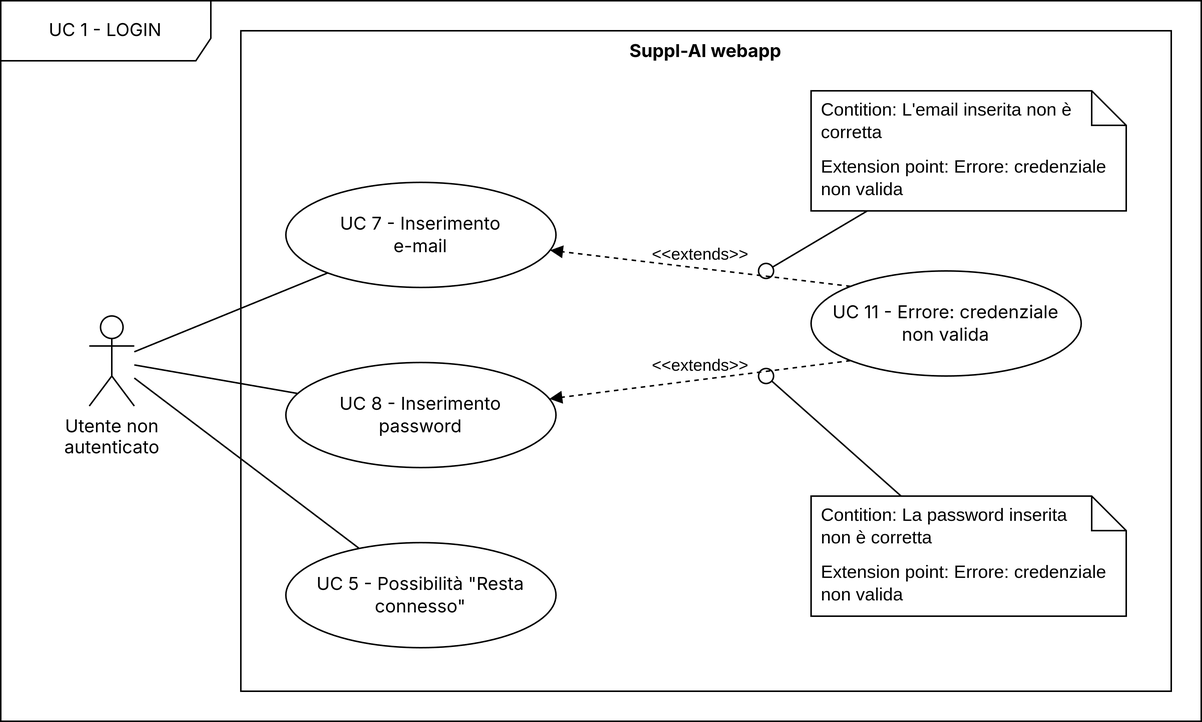
CodeHex16/documentazione keeps this draw.io diagram as 3 - PB/imgs/uc1.png. Above is the earlier version. Source tidied: cells renumbered, new cells last; positions are measured from the earlier drawing's top-left corner, leaving out a move shared by most shapes.
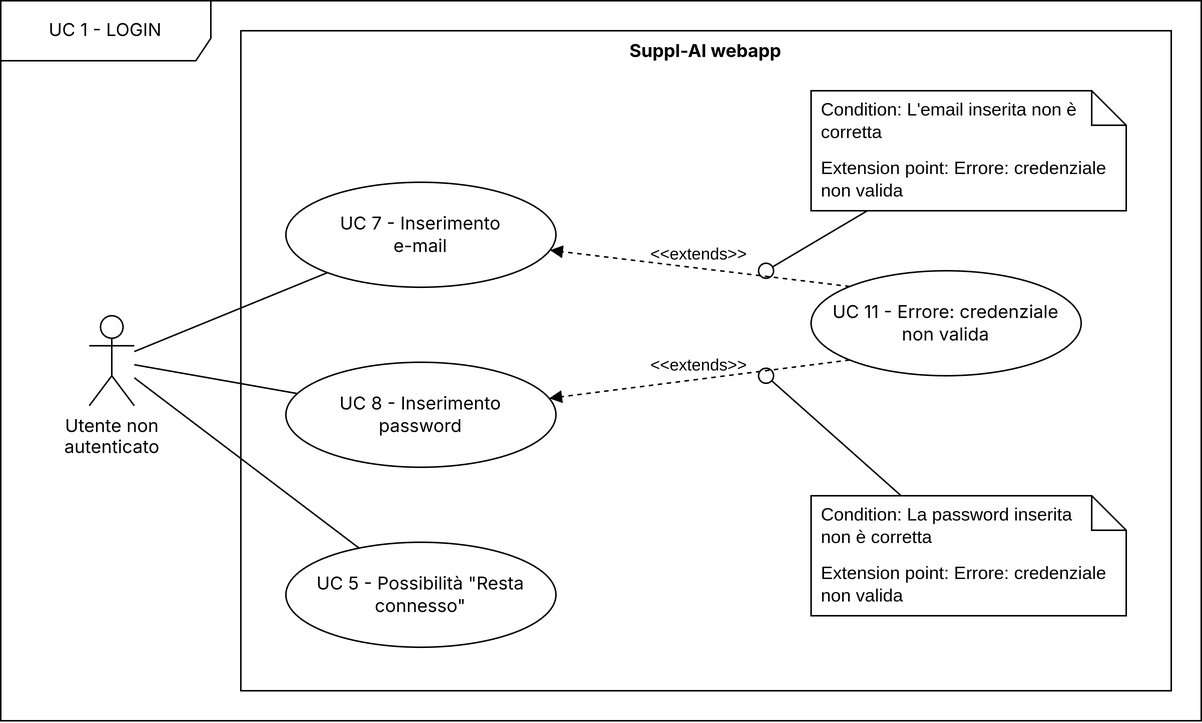
After the change.

What changed in the source:
```diff
@@ -34,7 +34,7 @@
     <mxCell id="11" value="&lt;div&gt;&lt;br&gt;&lt;/div&gt;Extension point: Errore: credenziale non valida" style="shape=note2;boundedLbl=1;whiteSpace=wrap;html=1;size=23;verticalAlign=top;align=left;spacingLeft=5;" parent="1" vertex="1">
       <mxGeometry x="540" y="60" width="210" height="80" as="geometry" />
     </mxCell>
-    <mxCell id="12" value="&lt;span style=&quot;text-align: center;&quot;&gt;Contition: L'email inserita non è corretta&lt;/span&gt;" style="strokeColor=none;fillColor=none;align=left;spacingLeft=5;whiteSpace=wrap;html=1;" parent="11" vertex="1">
+    <mxCell id="12" value="&lt;span style=&quot;text-align: center;&quot;&gt;Condition: L'email inserita non è corretta&lt;/span&gt;" style="strokeColor=none;fillColor=none;align=left;spacingLeft=5;whiteSpace=wrap;html=1;" parent="11" vertex="1">
       <mxGeometry width="210" height="40" relative="1" as="geometry" />
     </mxCell>
     <mxCell id="13" style="edgeStyle=orthogonalEdgeStyle;rounded=0;orthogonalLoop=1;jettySize=auto;html=1;exitX=0.5;exitY=1;exitDx=0;exitDy=0;" parent="11" edge="1" source="12" target="12">
@@ -55,7 +55,7 @@
     <mxCell id="18" value="&lt;div&gt;&lt;br&gt;&lt;/div&gt;Extension point: Errore: credenziale non valida" style="shape=note2;boundedLbl=1;whiteSpace=wrap;html=1;size=23;verticalAlign=top;align=left;spacingLeft=5;" parent="1" vertex="1">
       <mxGeometry x="540" y="330" width="210" height="80" as="geometry" />
     </mxCell>
-    <mxCell id="19" value="&lt;span style=&quot;text-align: center;&quot;&gt;Contition: La password inserita &lt;br&gt;non è corretta&lt;/span&gt;" style="strokeColor=none;fillColor=none;align=left;spacingLeft=5;whiteSpace=wrap;html=1;" parent="18" vertex="1">
+    <mxCell id="19" value="&lt;span style=&quot;text-align: center;&quot;&gt;Condition&lt;/span&gt;&lt;span style=&quot;text-align: center;&quot;&gt;: La password inserita &lt;br&gt;non è corretta&lt;/span&gt;" style="strokeColor=none;fillColor=none;align=left;spacingLeft=5;whiteSpace=wrap;html=1;" parent="18" vertex="1">
       <mxGeometry width="210" height="40" relative="1" as="geometry" />
     </mxCell>
     <mxCell id="20" style="edgeStyle=orthogonalEdgeStyle;rounded=0;orthogonalLoop=1;jettySize=auto;html=1;exitX=0.5;exitY=1;exitDx=0;exitDy=0;" parent="18" edge="1" source="19" target="19">
```
